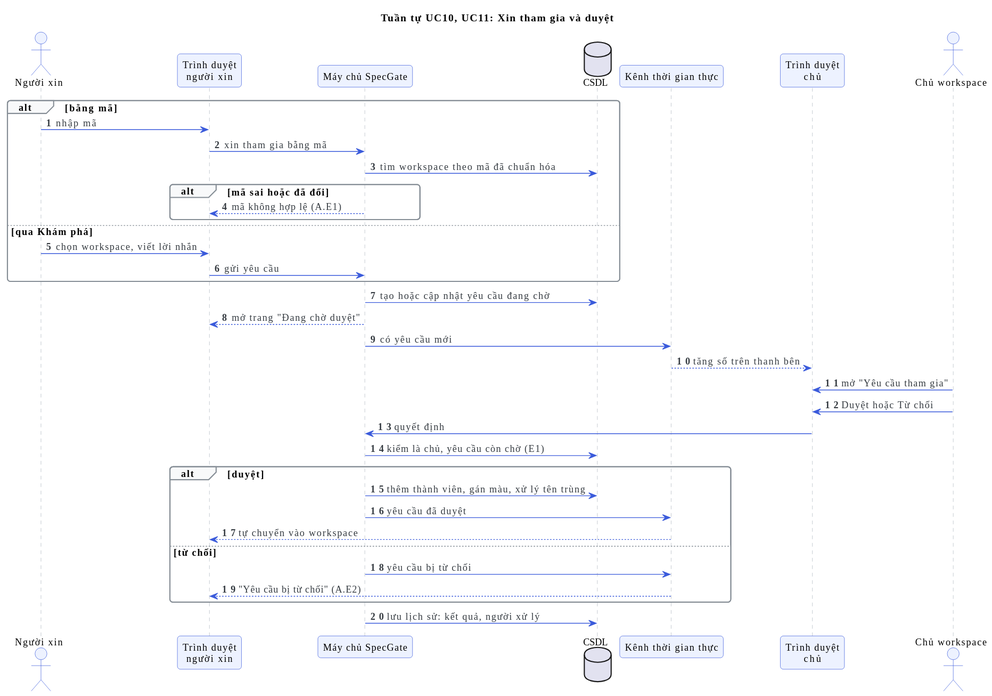
This is uml/img/uc10-uc11-join.svg from Jin2509/Specgate_BlackBoard, a PlantUML export, as it was before one commit.
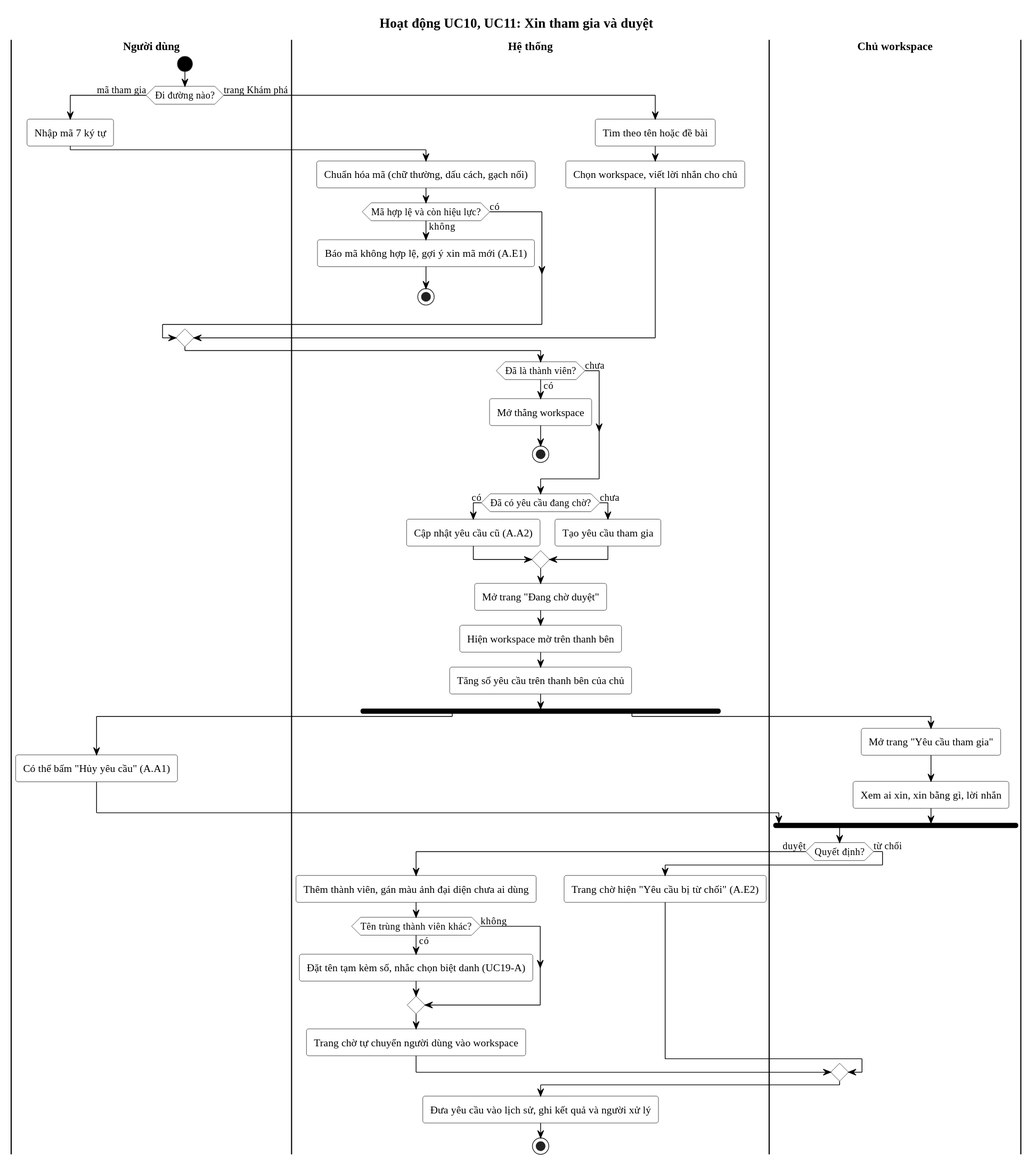
The same diagram one commit later.

The edit, as a diff of the source:
```diff
@@ -1,42 +1,57 @@
 @startuml
 !include ../_style.iuml
-title Tuần tự UC10, UC11: Xin tham gia và duyệt
-autonumber
+title Hoạt động UC10, UC11: Xin tham gia và duyệt
 
-actor "Người xin" as Requester
-participant "Trình duyệt\nngười xin" as ReqWeb
-participant "Máy chủ SpecGate" as Server
-database "CSDL" as Db
-participant "Kênh thời gian thực" as Realtime
-participant "Trình duyệt\nchủ" as OwnerWeb
-actor "Chủ workspace" as Owner
-
-alt bằng mã
-  Requester -> ReqWeb : nhập mã
-  ReqWeb -> Server : xin tham gia bằng mã
-  Server -> Db : tìm workspace theo mã đã chuẩn hóa
-  alt mã sai hoặc đã đổi
-    Server --> ReqWeb : mã không hợp lệ (A.E1)
-  end
-else qua Khám phá
-  Requester -> ReqWeb : chọn workspace, viết lời nhắn
-  ReqWeb -> Server : gửi yêu cầu
-end
-Server -> Db : tạo hoặc cập nhật yêu cầu đang chờ
-Server --> ReqWeb : mở trang "Đang chờ duyệt"
-Server -> Realtime : có yêu cầu mới
-Realtime --> OwnerWeb : tăng số trên thanh bên
-Owner -> OwnerWeb : mở "Yêu cầu tham gia"
-Owner -> OwnerWeb : Duyệt hoặc Từ chối
-OwnerWeb -> Server : quyết định
-Server -> Db : kiểm là chủ, yêu cầu còn chờ (E1)
-alt duyệt
-  Server -> Db : thêm thành viên, gán màu, xử lý tên trùng
-  Server -> Realtime : yêu cầu đã duyệt
-  Realtime --> ReqWeb : tự chuyển vào workspace
-else từ chối
-  Server -> Realtime : yêu cầu bị từ chối
-  Realtime --> ReqWeb : "Yêu cầu bị từ chối" (A.E2)
-end
-Server -> Db : lưu lịch sử: kết quả, người xử lý
+|Người dùng|
+start
+if (Đi đường nào?) then (mã tham gia)
+  :Nhập mã 7 ký tự;
+  |Hệ thống|
+  :Chuẩn hóa mã (chữ thường, dấu cách, gạch nối);
+  if (Mã hợp lệ và còn hiệu lực?) then (không)
+    :Báo mã không hợp lệ, gợi ý xin mã mới (A.E1);
+    stop
+  else (có)
+  endif
+else (trang Khám phá)
+  :Tìm theo tên hoặc đề bài;
+  :Chọn workspace, viết lời nhắn cho chủ;
+endif
+|Hệ thống|
+if (Đã là thành viên?) then (có)
+  :Mở thẳng workspace;
+  stop
+else (chưa)
+endif
+if (Đã có yêu cầu đang chờ?) then (có)
+  :Cập nhật yêu cầu cũ (A.A2);
+else (chưa)
+  :Tạo yêu cầu tham gia;
+endif
+:Mở trang "Đang chờ duyệt";
+:Hiện workspace mờ trên thanh bên;
+:Tăng số yêu cầu trên thanh bên của chủ;
+fork
+  |Người dùng|
+  :Có thể bấm "Hủy yêu cầu" (A.A1);
+fork again
+  |Chủ workspace|
+  :Mở trang "Yêu cầu tham gia";
+  :Xem ai xin, xin bằng gì, lời nhắn;
+end fork
+|Chủ workspace|
+if (Quyết định?) then (duyệt)
+  |Hệ thống|
+  :Thêm thành viên, gán màu ảnh đại diện chưa ai dùng;
+  if (Tên trùng thành viên khác?) then (có)
+    :Đặt tên tạm kèm số, nhắc chọn biệt danh (UC19-A);
+  else (không)
+  endif
+  :Trang chờ tự chuyển người dùng vào workspace;
+else (từ chối)
+  |Hệ thống|
+  :Trang chờ hiện "Yêu cầu bị từ chối" (A.E2);
+endif
+:Đưa yêu cầu vào lịch sử, ghi kết quả và người xử lý;
+stop
 @enduml
```
